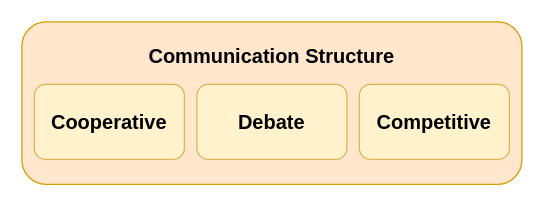
The draw.io diagram communicationStructure.drawio in RuishanFang/notes, before the edit. Source tidied: cells renumbered, new cells numbered last; positions are measured from the earlier drawing's top-left corner, leaving out a move shared by most shapes. Both pictures are drawn from the tidied source at 125%, with x=0, y=0 at pixel (21, 21).
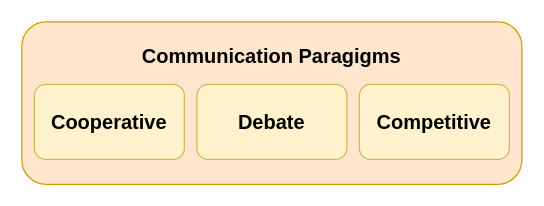
The same diagram, later.

Diff of the diagram source:
```diff
@@
 <mxGraphModel>
   <root>
     <mxCell id="0" />
     <mxCell id="1" parent="0" />
-    <mxCell id="2" value="&lt;font style=&quot;font-size: 16px;&quot;&gt;&lt;b&gt;Communication Structure&lt;/b&gt;&lt;/font&gt;&lt;div&gt;&lt;div&gt;&lt;font style=&quot;font-size: 16px;&quot;&gt;&lt;b&gt;&lt;br&gt;&lt;/b&gt;&lt;/font&gt;&lt;/div&gt;&lt;div&gt;&lt;font style=&quot;font-size: 16px;&quot;&gt;&lt;b&gt;&lt;br&gt;&lt;/b&gt;&lt;/font&gt;&lt;/div&gt;&lt;div&gt;&lt;font style=&quot;font-size: 16px;&quot;&gt;&lt;b&gt;&lt;br&gt;&lt;/b&gt;&lt;/font&gt;&lt;/div&gt;&lt;div&gt;&lt;font style=&quot;font-size: 16px;&quot;&gt;&lt;b&gt;&lt;br&gt;&lt;/b&gt;&lt;/font&gt;&lt;/div&gt;&lt;/div&gt;" style="rounded=1;whiteSpace=wrap;html=1;fillColor=#ffe6cc;strokeColor=#d79b00;" parent="1" vertex="1">
+    <mxCell id="2" value="&lt;font style=&quot;font-size: 16px;&quot;&gt;&lt;b&gt;Communication Paragigms&lt;/b&gt;&lt;/font&gt;&lt;div&gt;&lt;div&gt;&lt;font style=&quot;font-size: 16px;&quot;&gt;&lt;b&gt;&lt;br&gt;&lt;/b&gt;&lt;/font&gt;&lt;/div&gt;&lt;div&gt;&lt;font style=&quot;font-size: 16px;&quot;&gt;&lt;b&gt;&lt;br&gt;&lt;/b&gt;&lt;/font&gt;&lt;/div&gt;&lt;div&gt;&lt;font style=&quot;font-size: 16px;&quot;&gt;&lt;b&gt;&lt;br&gt;&lt;/b&gt;&lt;/font&gt;&lt;/div&gt;&lt;div&gt;&lt;font style=&quot;font-size: 16px;&quot;&gt;&lt;b&gt;&lt;br&gt;&lt;/b&gt;&lt;/font&gt;&lt;/div&gt;&lt;/div&gt;" style="rounded=1;whiteSpace=wrap;html=1;fillColor=#ffe6cc;strokeColor=#d79b00;" parent="1" vertex="1">
       <mxGeometry width="400" height="130" as="geometry" />
     </mxCell>
     <mxCell id="3" value="&lt;font style=&quot;font-size: 16px;&quot;&gt;&lt;b&gt;Cooperative&lt;/b&gt;&lt;/font&gt;" style="rounded=1;whiteSpace=wrap;html=1;fillColor=#fff2cc;strokeColor=#d6b656;" parent="1" vertex="1">
       <mxGeometry x="10" y="50" width="120" height="60" as="geometry" />
     </mxCell>
     <mxCell id="4" value="&lt;font style=&quot;font-size: 16px;&quot;&gt;&lt;b&gt;Competitive&lt;/b&gt;&lt;/font&gt;" style="rounded=1;whiteSpace=wrap;html=1;fillColor=#fff2cc;strokeColor=#d6b656;" parent="1" vertex="1">
       <mxGeometry x="270" y="50" width="120" height="60" as="geometry" />
     </mxCell>
     <mxCell id="5" value="&lt;font style=&quot;font-size: 16px;&quot;&gt;&lt;b&gt;Debate&lt;/b&gt;&lt;/font&gt;" style="rounded=1;whiteSpace=wrap;html=1;fillColor=#fff2cc;strokeColor=#d6b656;" parent="1" vertex="1">
       <mxGeometry x="140" y="50" width="120" height="60" as="geometry" />
     </mxCell>
   </root>
 </mxGraphModel>
```
